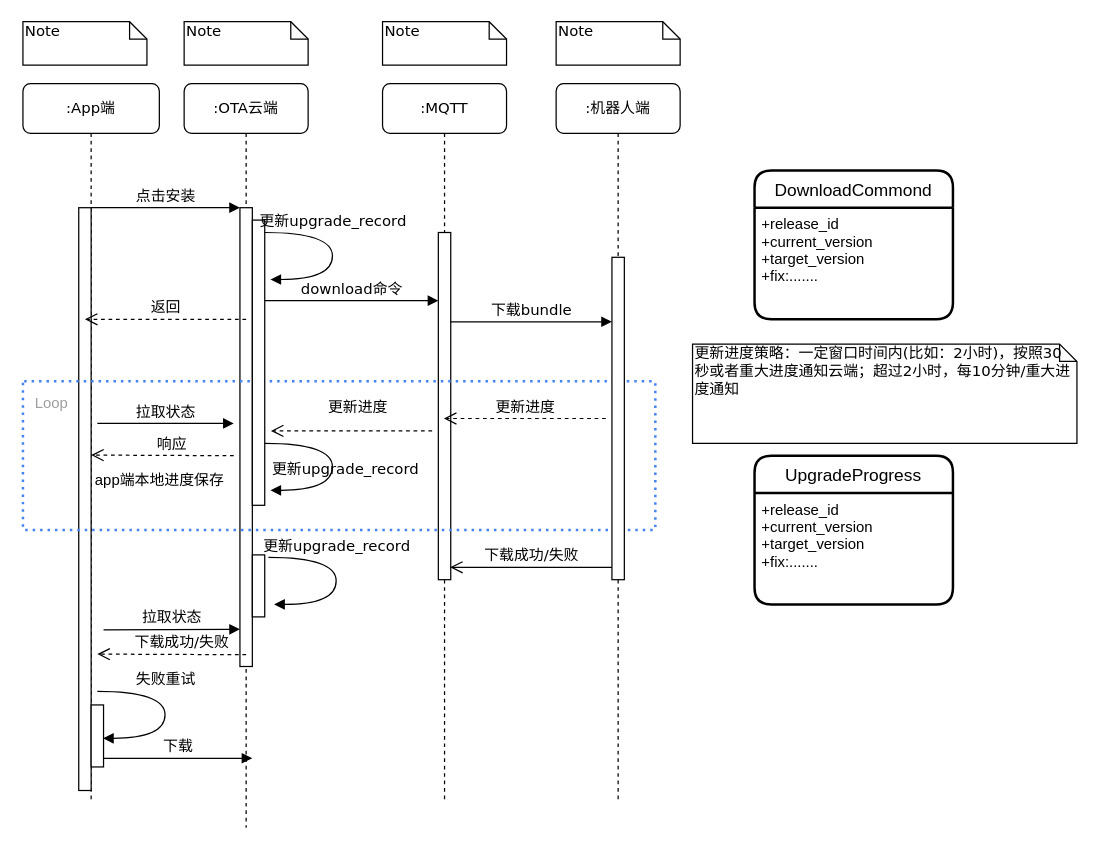
Earlier version of the draw.io diagram craft/upgrade_flow.drawio (feihu618/drawio). Source tidied: cells renumbered, new cells numbered last; positions are measured from the earlier drawing's top-left corner, leaving out a move shared by most shapes. Both pictures are drawn from the tidied source at 124%, with x=0, y=0 at pixel (22, 21).
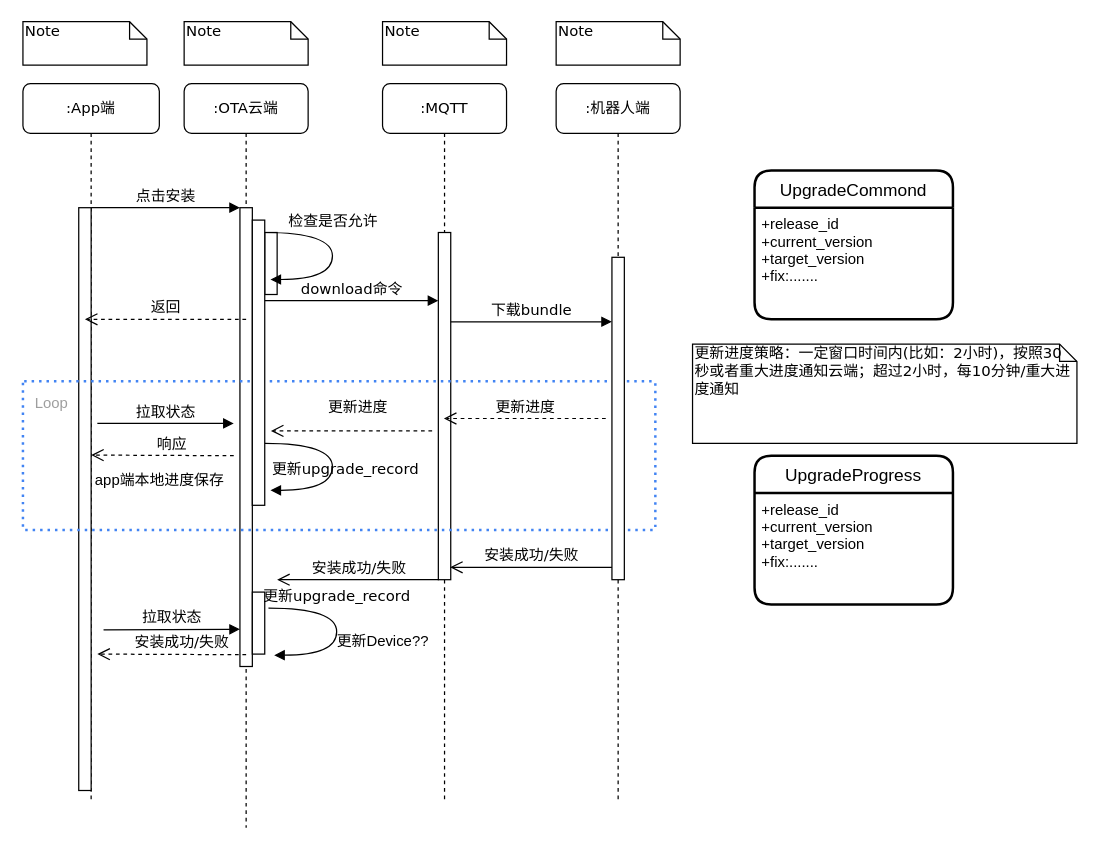
The same page after the edit.

The change refers to these unchanged cells:
```xml
<mxCell id="2" value=":OTA云端" style="shape=umlLifeline;perimeter=lifelinePerimeter;whiteSpace=wrap;html=1;rounded=1;shadow=0;comic=0;labelBackgroundColor=none;strokeWidth=1;fontFamily=Verdana;fontSize=12;align=center;" parent="1" vertex="1">
  <mxGeometry x="130" y="50" width="100" height="600" as="geometry" />
</mxCell>
<mxCell id="10" value=":App端" style="shape=umlLifeline;perimeter=lifelinePerimeter;whiteSpace=wrap;html=1;rounded=1;shadow=0;comic=0;labelBackgroundColor=none;strokeWidth=1;fontFamily=Verdana;fontSize=12;align=center;" parent="1" vertex="1">
  <mxGeometry y="50" width="110" height="580" as="geometry" />
</mxCell>
```

What changed in the source:
```diff
@@
     <mxCell id="5" style="html=1;perimeter=orthogonalPerimeter;rounded=0;shadow=0;comic=0;labelBackgroundColor=none;strokeWidth=1;fontFamily=Verdana;fontSize=12;align=center;" parent="2" vertex="1">
-      <mxGeometry x="55" y="380" width="10" height="50" as="geometry" />
+      <mxGeometry x="55" y="410" width="10" height="50" as="geometry" />
     </mxCell>
@@
+    <mxCell id="41" style="html=1;perimeter=orthogonalPerimeter;rounded=0;shadow=0;comic=0;labelBackgroundColor=none;strokeWidth=1;fontFamily=Verdana;fontSize=12;align=center;" parent="2" vertex="1">
+      <mxGeometry x="65" y="120" width="10" height="50" as="geometry" />
+    </mxCell>
+    <mxCell id="42" value="安装成功/失败" style="html=1;verticalAlign=bottom;endArrow=open;endSize=8;labelBackgroundColor=none;fontFamily=Verdana;fontSize=12;" parent="2" edge="1">
+      <mxGeometry relative="1" as="geometry">
+        <mxPoint x="205.5" y="400" as="sourcePoint" />
+        <mxPoint x="75" y="400" as="targetPoint" />
+      </mxGeometry>
+    </mxCell>
@@
-    <mxCell id="15" style="html=1;perimeter=orthogonalPerimeter;rounded=0;shadow=0;comic=0;labelBackgroundColor=none;strokeWidth=1;fontFamily=Verdana;fontSize=12;align=center;" parent="10" vertex="1">
-      <mxGeometry x="55" y="501" width="10" height="50" as="geometry" />
-    </mxCell>
@@
-    <mxCell id="26" value="更新upgrade_record" style="html=1;verticalAlign=bottom;endArrow=block;labelBackgroundColor=none;fontFamily=Verdana;fontSize=12;elbow=vertical;edgeStyle=orthogonalEdgeStyle;curved=1;entryX=1;entryY=0.286;entryPerimeter=0;exitX=1.038;exitY=0.345;exitPerimeter=0;" parent="1" edge="1">
+    <mxCell id="26" value="检查是否允许" style="html=1;verticalAlign=bottom;endArrow=block;labelBackgroundColor=none;fontFamily=Verdana;fontSize=12;elbow=vertical;edgeStyle=orthogonalEdgeStyle;curved=1;entryX=1;entryY=0.286;entryPerimeter=0;exitX=1.038;exitY=0.345;exitPerimeter=0;" parent="1" edge="1">
       <mxGeometry x="-0.23" relative="1" as="geometry">
         <mxPoint x="195" y="170" as="sourcePoint" />
         <mxPoint x="199.6" y="207.9" as="targetPoint" />
         <Array as="points">
           <mxPoint x="249.6" y="169.9" />
           <mxPoint x="249.6" y="207.9" />
         </Array>
       </mxGeometry>
     </mxCell>
@@
-    <mxCell id="32" value="下载成功/失败" style="html=1;verticalAlign=bottom;endArrow=open;endSize=8;labelBackgroundColor=none;fontFamily=Verdana;fontSize=12;" parent="1" edge="1">
+    <mxCell id="32" value="安装成功/失败" style="html=1;verticalAlign=bottom;endArrow=open;endSize=8;labelBackgroundColor=none;fontFamily=Verdana;fontSize=12;" parent="1" edge="1">
       <mxGeometry relative="1" as="geometry">
         <mxPoint x="475" y="440" as="sourcePoint" />
         <mxPoint x="344.5" y="440" as="targetPoint" />
       </mxGeometry>
     </mxCell>
-    <mxCell id="33" value="下载成功/失败" style="html=1;verticalAlign=bottom;endArrow=open;dashed=1;endSize=8;labelBackgroundColor=none;fontFamily=Verdana;fontSize=12;" parent="1" edge="1">
+    <mxCell id="33" value="安装成功/失败" style="html=1;verticalAlign=bottom;endArrow=open;dashed=1;endSize=8;labelBackgroundColor=none;fontFamily=Verdana;fontSize=12;" parent="1" edge="1">
       <mxGeometry x="-0.13" relative="1" as="geometry">
         <mxPoint x="180" y="510.5" as="sourcePoint" />
         <mxPoint x="60" y="510" as="targetPoint" />
       </mxGeometry>
     </mxCell>
     <mxCell id="34" value="更新upgrade_record" style="html=1;verticalAlign=bottom;endArrow=block;labelBackgroundColor=none;fontFamily=Verdana;fontSize=12;elbow=vertical;edgeStyle=orthogonalEdgeStyle;curved=1;entryX=1;entryY=0.286;entryPerimeter=0;exitX=1.038;exitY=0.345;exitPerimeter=0;" parent="1" edge="1">
       <mxGeometry x="-0.23" relative="1" as="geometry">
-        <mxPoint x="198" y="432" as="sourcePoint" />
-        <mxPoint x="202.6" y="469.9" as="targetPoint" />
+        <mxPoint x="198" y="473" as="sourcePoint" />
+        <mxPoint x="202.6" y="510.9" as="targetPoint" />
         <Array as="points">
-          <mxPoint x="252.6" y="431.9" />
-          <mxPoint x="252.6" y="469.9" />
+          <mxPoint x="253" y="473" />
+          <mxPoint x="253" y="511" />
         </Array>
       </mxGeometry>
     </mxCell>
-    <mxCell id="35" value="失败重试" style="html=1;verticalAlign=bottom;endArrow=block;labelBackgroundColor=none;fontFamily=Verdana;fontSize=12;elbow=vertical;edgeStyle=orthogonalEdgeStyle;curved=1;entryX=1;entryY=0.286;entryPerimeter=0;exitX=1.038;exitY=0.345;exitPerimeter=0;" parent="1" edge="1">
-      <mxGeometry x="-0.23" relative="1" as="geometry">
-        <mxPoint x="60" y="540" as="sourcePoint" />
-        <mxPoint x="64.6" y="577.9" as="targetPoint" />
-        <Array as="points">
-          <mxPoint x="114.6" y="539.9" />
-          <mxPoint x="114.6" y="577.9" />
-        </Array>
-      </mxGeometry>
-    </mxCell>
-    <mxCell id="36" value="下载" style="html=1;verticalAlign=bottom;endArrow=block;entryX=0;entryY=0;labelBackgroundColor=none;fontFamily=Verdana;fontSize=12;edgeStyle=elbowEdgeStyle;elbow=vertical;" parent="1" edge="1">
-      <mxGeometry relative="1" as="geometry">
-        <mxPoint x="65" y="594" as="sourcePoint" />
-        <mxPoint x="185" y="594" as="targetPoint" />
-      </mxGeometry>
-    </mxCell>
-    <mxCell id="37" value="DownloadCommond" style="swimlane;horizontal=1;startSize=30;rounded=1;fontSize=14;fontStyle=0;strokeWidth=2;shadow=0;dashed=0;align=center;" parent="1" vertex="1">
+    <mxCell id="37" value="UpgradeCommond" style="swimlane;horizontal=1;startSize=30;rounded=1;fontSize=14;fontStyle=0;strokeWidth=2;shadow=0;dashed=0;align=center;" parent="1" vertex="1">
       <mxGeometry x="590" y="120" width="160" height="120" as="geometry" />
     </mxCell>
@@
+    <mxCell id="43" value="更新Device??" style="text;html=1;align=center;verticalAlign=middle;fillColor=none;strokeColor=none;rounded=0;" parent="1" vertex="1">
+      <mxGeometry x="245" y="490" width="90" height="20" as="geometry" />
+    </mxCell>
```
